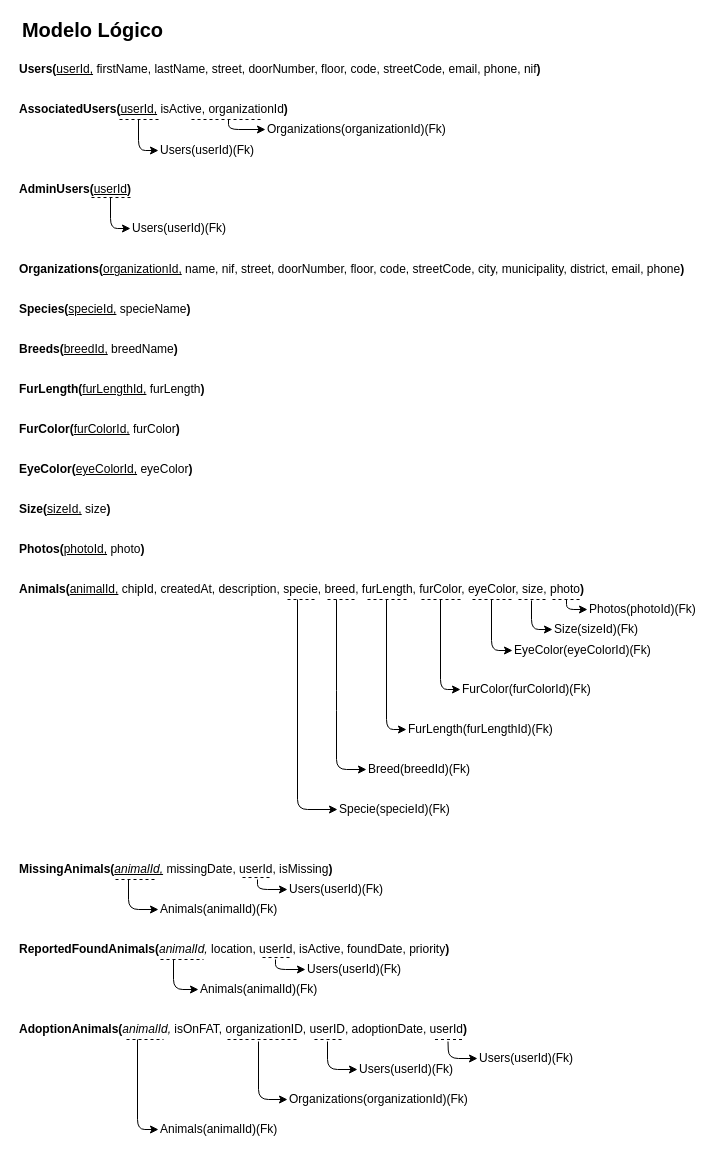
Projecto-Final-de-Curso-TeSP-PSI/pet-adoption keeps this draw.io diagram as Docs/Modelo Logico.drawio. Above is the earlier version. Source tidied: cells renumbered, new cells numbered last; positions are measured from the earlier drawing's top-left corner, leaving out a move shared by most shapes. Both pictures are drawn from the tidied source at 100%, with x=0, y=0 at pixel (17, 19).
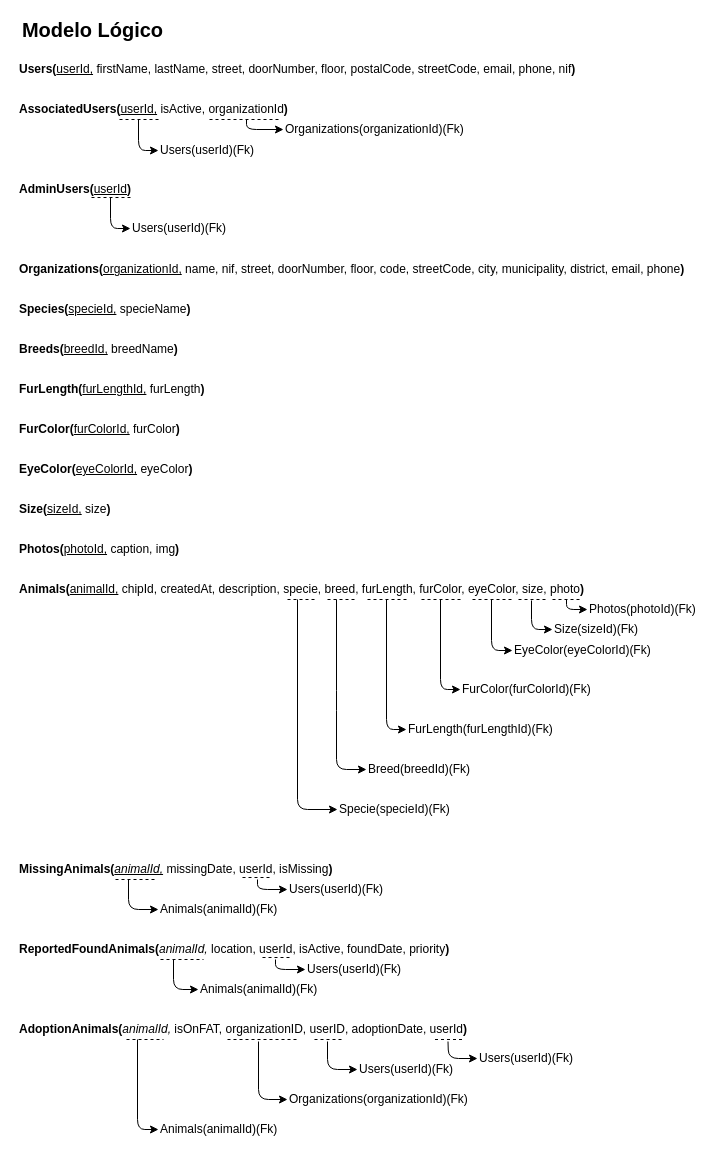
Above is the later version.

What changed in the source:
```diff
@@
-    <mxCell id="3" value="&lt;b&gt;Users(&lt;/b&gt;&lt;u&gt;userId,&lt;/u&gt;&amp;nbsp;firstName, lastName, street, doorNumber, floor, code, streetCode, email, phone, nif&lt;b&gt;)&lt;/b&gt;" style="text;html=1;strokeColor=none;fillColor=none;align=left;verticalAlign=middle;rounded=0;" parent="1" vertex="1">
+    <mxCell id="3" value="&lt;b&gt;Users(&lt;/b&gt;&lt;u&gt;userId,&lt;/u&gt;&amp;nbsp;firstName, lastName, street, doorNumber, floor, postalCode, streetCode, email, phone, nif&lt;b&gt;)&lt;/b&gt;" style="text;html=1;strokeColor=none;fillColor=none;align=left;verticalAlign=middle;rounded=0;" parent="1" vertex="1">
       <mxGeometry y="40" width="190" height="20" as="geometry" />
     </mxCell>
@@
     <mxCell id="35" style="endArrow=none;dashed=1;html=1;strokeWidth=1;" parent="1" edge="1">
       <mxGeometry relative="1" as="geometry">
-        <mxPoint x="174" y="100" as="sourcePoint" />
-        <mxPoint x="244" y="100" as="targetPoint" />
+        <mxPoint x="192" y="100" as="sourcePoint" />
+        <mxPoint x="262" y="100" as="targetPoint" />
       </mxGeometry>
     </mxCell>
@@
     <mxCell id="38" value="Organizations(organizationId)(Fk)" style="text;html=1;strokeColor=none;fillColor=none;align=left;verticalAlign=middle;rounded=0;" parent="1" vertex="1">
-      <mxGeometry x="248" y="100" width="40" height="20" as="geometry" />
+      <mxGeometry x="266" y="100" width="40" height="20" as="geometry" />
     </mxCell>
     <mxCell id="39" style="endArrow=classic;html=1;strokeWidth=1;entryX=0;entryY=0.5;entryDx=0;entryDy=0;" parent="1" edge="1" target="38">
       <mxGeometry relative="1" as="geometry">
-        <mxPoint x="211" y="100" as="sourcePoint" />
+        <mxPoint x="229" y="100" as="sourcePoint" />
         <Array as="points">
-          <mxPoint x="211" y="110" />
+          <mxPoint x="229" y="110" />
         </Array>
       </mxGeometry>
     </mxCell>
@@
-    <mxCell id="71" value="&lt;b&gt;Photos(&lt;/b&gt;&lt;u&gt;photoId,&lt;/u&gt;&amp;nbsp;photo&lt;b&gt;)&lt;/b&gt;" style="text;html=1;strokeColor=none;fillColor=none;align=left;verticalAlign=middle;rounded=0;" parent="1" vertex="1">
+    <mxCell id="71" value="&lt;b&gt;Photos(&lt;/b&gt;&lt;u&gt;photoId,&lt;/u&gt;&amp;nbsp;caption, img&lt;b&gt;)&lt;/b&gt;" style="text;html=1;strokeColor=none;fillColor=none;align=left;verticalAlign=middle;rounded=0;" parent="1" vertex="1">
       <mxGeometry y="520" width="40" height="20" as="geometry" />
     </mxCell>
```
